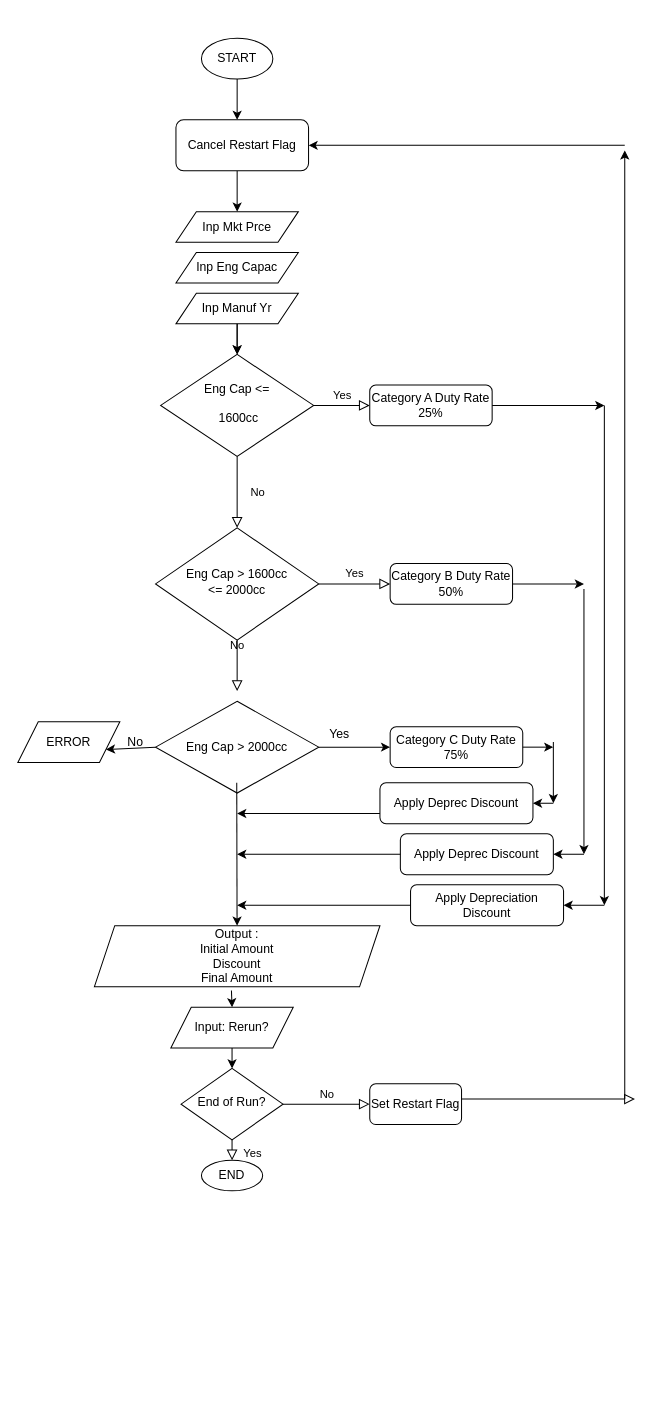
john-itcsolutions/Elastos keeps this draw.io diagram as Untitled Diagram.drawio. Above is the earlier version. Source tidied: cells renumbered, new cells numbered last; positions are measured from the earlier drawing's top-left corner, leaving out a move shared by most shapes. Both pictures are drawn from the tidied source at 102%, with x=0, y=0 at pixel (17, 38).
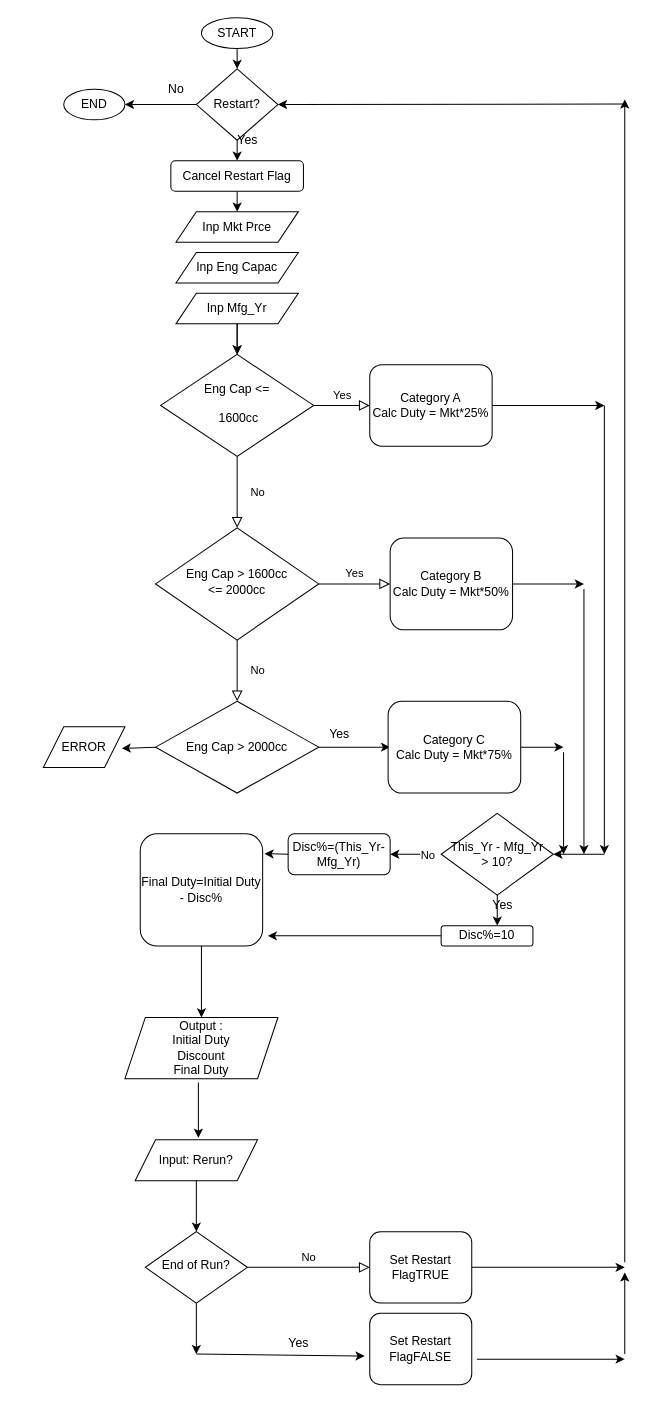
The same page after the edit.

The change refers to these unchanged cells:
```xml
<mxCell id="6" value="&lt;div&gt;Eng Cap &amp;gt; 1600cc&lt;/div&gt;&lt;div&gt;&amp;lt;= 2000cc&lt;br&gt;&lt;/div&gt;" style="rhombus;whiteSpace=wrap;html=1;shadow=0;fontFamily=Helvetica;fontSize=12;align=center;strokeWidth=1;spacing=6;spacingTop=-4;" parent="1" vertex="1">
  <mxGeometry x="135" y="480" width="160" height="110" as="geometry" />
</mxCell>
<mxCell id="10" value="Inp Mkt Prce" style="shape=parallelogram;perimeter=parallelogramPerimeter;whiteSpace=wrap;html=1;fixedSize=1;" parent="1" vertex="1">
  <mxGeometry x="155" y="170" width="120" height="30" as="geometry" />
</mxCell>
<mxCell id="26" value="Eng Cap &amp;gt; 2000cc" style="rhombus;whiteSpace=wrap;html=1;" parent="1" vertex="1">
  <mxGeometry x="135" y="650" width="160" height="90" as="geometry" />
</mxCell>
```

What changed in the source:
```diff
@@
-    <mxCell id="4" value="&lt;div&gt;Category A Duty Rate 25%&lt;/div&gt;" style="rounded=1;whiteSpace=wrap;html=1;fontSize=12;glass=0;strokeWidth=1;shadow=0;" parent="1" vertex="1">
-      <mxGeometry x="345" y="340" width="120" height="40" as="geometry" />
+    <mxCell id="4" value="Category A&lt;br&gt;&lt;div&gt;Calc Duty = Mkt*25%&lt;/div&gt;" style="rounded=1;whiteSpace=wrap;html=1;fontSize=12;glass=0;strokeWidth=1;shadow=0;" parent="1" vertex="1">
+      <mxGeometry x="345" y="320" width="120" height="80" as="geometry" />
     </mxCell>
-    <mxCell id="5" value="No" style="rounded=0;html=1;jettySize=auto;fontSize=11;endArrow=block;endFill=0;endSize=8;strokeWidth=1;shadow=0;labelBackgroundColor=none;edgeStyle=orthogonalEdgeStyle;" parent="1" edge="1" source="6">
-      <mxGeometry y="20" relative="1" as="geometry">
-        <mxPoint x="215" y="640" as="targetPoint" />
-      </mxGeometry>
+    <mxCell id="5" value="No" style="rounded=0;html=1;jettySize=auto;fontSize=11;endArrow=block;endFill=0;endSize=8;strokeWidth=1;shadow=0;labelBackgroundColor=none;edgeStyle=orthogonalEdgeStyle;entryX=0.5;entryY=0;entryDx=0;entryDy=0;" parent="1" edge="1" source="6" target="26">
+      <mxGeometry y="20" relative="1" as="geometry" />
     </mxCell>
@@
     <mxCell id="7" value="End of Run?" style="rhombus;whiteSpace=wrap;html=1;shadow=0;fontFamily=Helvetica;fontSize=12;align=center;strokeWidth=1;spacing=6;spacingTop=-4;" parent="1" vertex="1">
-      <mxGeometry x="160" y="1010" width="100" height="70" as="geometry" />
+      <mxGeometry x="125" y="1170" width="100" height="70" as="geometry" />
     </mxCell>
     <mxCell id="8" value="START" style="ellipse;whiteSpace=wrap;html=1;" parent="1" vertex="1">
-      <mxGeometry x="180" width="70" height="40" as="geometry" />
+      <mxGeometry x="180" y="-20" width="70" height="30" as="geometry" />
     </mxCell>
-    <mxCell id="9" value="END" style="ellipse;whiteSpace=wrap;html=1;" parent="1" vertex="1">
-      <mxGeometry x="180" y="1100" width="60" height="30" as="geometry" />
-    </mxCell>
@@
-    <mxCell id="14" style="endArrow=classic;html=1;" parent="1" edge="1">
+    <mxCell id="14" style="endArrow=classic;html=1;entryX=1;entryY=0.5;entryDx=0;entryDy=0;" parent="1" edge="1" target="65">
       <mxGeometry relative="1" as="geometry">
-        <mxPoint x="595" y="105" as="sourcePoint" />
-        <mxPoint x="285" y="105" as="targetPoint" />
+        <mxPoint x="595" y="64.5" as="sourcePoint" />
       </mxGeometry>
     </mxCell>
     <mxCell id="15" style="endArrow=classic;html=1;" parent="1" edge="1">
       <mxGeometry relative="1" as="geometry">
-        <mxPoint x="595" y="1040" as="sourcePoint" />
-        <mxPoint x="595" y="110" as="targetPoint" />
+        <mxPoint x="595" y="1200" as="sourcePoint" />
+        <mxPoint x="595" y="60" as="targetPoint" />
       </mxGeometry>
     </mxCell>
@@
-    <mxCell id="17" value="Yes" style="rounded=0;html=1;jettySize=auto;fontSize=11;endArrow=block;endFill=0;endSize=8;strokeWidth=1;shadow=0;labelBackgroundColor=none;edgeStyle=orthogonalEdgeStyle;exitX=0.5;exitY=1;exitDx=0;exitDy=0;entryX=0.5;entryY=0;entryDx=0;entryDy=0;" parent="1" edge="1" source="7" target="9">
-      <mxGeometry x="0.33" y="20" relative="1" as="geometry" />
-    </mxCell>
-    <mxCell id="18" value="Inp Manuf Yr" style="shape=parallelogram;perimeter=parallelogramPerimeter;whiteSpace=wrap;html=1;fixedSize=1;" parent="1" vertex="1">
+    <mxCell id="18" value="Inp Mfg_Yr" style="shape=parallelogram;perimeter=parallelogramPerimeter;whiteSpace=wrap;html=1;fixedSize=1;" parent="1" vertex="1">
       <mxGeometry x="155" y="250" width="120" height="30" as="geometry" />
     </mxCell>
-    <mxCell id="19" value="Set Restart Flag" style="rounded=1;whiteSpace=wrap;html=1;" parent="1" vertex="1">
-      <mxGeometry x="345" y="1025" width="90" height="40" as="geometry" />
+    <mxCell id="19" value="&lt;div&gt;Set Restart FlagTRUE&lt;/div&gt;" style="rounded=1;whiteSpace=wrap;html=1;" parent="1" vertex="1">
+      <mxGeometry x="345" y="1170" width="100" height="70" as="geometry" />
     </mxCell>
-    <mxCell id="20" style="edgeStyle=orthogonalEdgeStyle;rounded=0;html=1;jettySize=auto;orthogonalLoop=1;fontSize=11;endArrow=block;endFill=0;endSize=8;strokeWidth=1;shadow=0;labelBackgroundColor=none;" parent="1" edge="1">
-      <mxGeometry y="10" relative="1" as="geometry">
-        <mxPoint x="435" y="1040" as="sourcePoint" />
-        <mxPoint x="605" y="1040" as="targetPoint" />
-        <Array as="points">
-          <mxPoint x="515" y="1040" />
-          <mxPoint x="515" y="1040" />
-        </Array>
-      </mxGeometry>
-    </mxCell>
-    <mxCell id="21" style="endArrow=classic;html=1;exitX=0.5;exitY=1;exitDx=0;exitDy=0;entryX=0.5;entryY=0;entryDx=0;entryDy=0;" parent="1" edge="1" source="8">
+    <mxCell id="21" style="endArrow=classic;html=1;exitX=0.5;exitY=1;exitDx=0;exitDy=0;entryX=0.5;entryY=0;entryDx=0;entryDy=0;" parent="1" edge="1" source="65">
       <mxGeometry relative="1" as="geometry">
         <mxPoint x="215" y="80" as="targetPoint" />
       </mxGeometry>
     </mxCell>
@@
-    <mxCell id="24" value="&lt;div&gt;Category B Duty Rate 50%&lt;/div&gt;" style="rounded=1;whiteSpace=wrap;html=1;fontSize=12;glass=0;strokeWidth=1;shadow=0;" parent="1" vertex="1">
-      <mxGeometry x="365" y="515" width="120" height="40" as="geometry" />
+    <mxCell id="24" value="Category B&lt;br&gt;&lt;div&gt;Calc Duty = Mkt*50%&lt;/div&gt;" style="rounded=1;whiteSpace=wrap;html=1;fontSize=12;glass=0;strokeWidth=1;shadow=0;" parent="1" vertex="1">
+      <mxGeometry x="365" y="490" width="120" height="90" as="geometry" />
     </mxCell>
-    <mxCell id="25" style="endArrow=classic;html=1;entryX=0.5;entryY=0;entryDx=0;entryDy=0;" parent="1" edge="1" target="10">
-      <mxGeometry relative="1" as="geometry">
-        <mxPoint x="215" y="130" as="sourcePoint" />
-      </mxGeometry>
+    <mxCell id="25" style="endArrow=classic;html=1;entryX=0.5;entryY=0;entryDx=0;entryDy=0;" parent="1" edge="1" source="53" target="10">
+      <mxGeometry relative="1" as="geometry" />
     </mxCell>
@@
-    <mxCell id="28" value="&lt;div&gt;Category C Duty Rate&lt;/div&gt;&lt;div&gt;75%&lt;br&gt;&lt;/div&gt;" style="rounded=1;whiteSpace=wrap;html=1;" parent="1" vertex="1">
-      <mxGeometry x="365" y="675" width="130" height="40" as="geometry" />
+    <mxCell id="28" value="Category C&lt;br&gt;&lt;div&gt;Calc Duty = Mkt*75%&lt;/div&gt;" style="rounded=1;whiteSpace=wrap;html=1;" parent="1" vertex="1">
+      <mxGeometry x="363" y="650" width="130" height="90" as="geometry" />
     </mxCell>
     <mxCell id="29" style="endArrow=classic;html=1;" parent="1" edge="1">
       <mxGeometry relative="1" as="geometry">
         <mxPoint x="575" y="360" as="sourcePoint" />
-        <mxPoint x="575" y="850" as="targetPoint" />
+        <mxPoint x="575" y="800" as="targetPoint" />
       </mxGeometry>
     </mxCell>
@@
     <mxCell id="33" style="endArrow=classic;html=1;" parent="1" edge="1">
       <mxGeometry relative="1" as="geometry">
-        <mxPoint x="525" y="690" as="sourcePoint" />
-        <mxPoint x="525" y="750" as="targetPoint" />
+        <mxPoint x="535" y="700" as="sourcePoint" />
+        <mxPoint x="535" y="800" as="targetPoint" />
       </mxGeometry>
     </mxCell>
     <mxCell id="34" style="endArrow=classic;html=1;exitX=1;exitY=0.5;exitDx=0;exitDy=0;" parent="1" edge="1" source="28">
       <mxGeometry relative="1" as="geometry">
-        <mxPoint x="525" y="695" as="targetPoint" />
+        <mxPoint x="535" y="695" as="targetPoint" />
       </mxGeometry>
     </mxCell>
-    <mxCell id="35" style="endArrow=classic;html=1;exitX=0;exitY=0.5;exitDx=0;exitDy=0;entryX=1;entryY=0.75;entryDx=0;entryDy=0;" parent="1" edge="1" source="26" target="38">
-      <mxGeometry relative="1" as="geometry" />
+    <mxCell id="35" style="endArrow=classic;html=1;exitX=0;exitY=0.5;exitDx=0;exitDy=0;entryX=0.061;entryY=0.808;entryDx=0;entryDy=0;entryPerimeter=0;" parent="1" edge="1" source="26">
+      <mxGeometry relative="1" as="geometry">
+        <mxPoint x="101.8" y="696.2" as="targetPoint" />
+      </mxGeometry>
     </mxCell>
@@
-    <mxCell id="37" value="No" style="text;html=1;align=center;verticalAlign=middle;" parent="1" vertex="1">
-      <mxGeometry x="100" y="680" width="30" height="20" as="geometry" />
-    </mxCell>
     <mxCell id="38" value="ERROR" style="shape=parallelogram;perimeter=parallelogramPerimeter;whiteSpace=wrap;html=1;fixedSize=1;" parent="1" vertex="1">
-      <mxGeometry y="670" width="100" height="40" as="geometry" />
+      <mxGeometry x="25" y="675" width="80" height="40" as="geometry" />
     </mxCell>
-    <mxCell id="39" value="Apply Deprec Discount" style="rounded=1;whiteSpace=wrap;html=1;" parent="1" vertex="1">
-      <mxGeometry x="355" y="730" width="150" height="40" as="geometry" />
-    </mxCell>
-    <mxCell id="40" style="endArrow=classic;html=1;entryX=1;entryY=0.5;entryDx=0;entryDy=0;" parent="1" edge="1" target="39">
-      <mxGeometry relative="1" as="geometry">
-        <mxPoint x="525" y="750" as="sourcePoint" />
-      </mxGeometry>
-    </mxCell>
-    <mxCell id="41" value="Apply Deprec Discount" style="rounded=1;whiteSpace=wrap;html=1;" parent="1" vertex="1">
-      <mxGeometry x="375" y="780" width="150" height="40" as="geometry" />
-    </mxCell>
     <mxCell id="42" style="endArrow=classic;html=1;" parent="1" edge="1">
       <mxGeometry relative="1" as="geometry">
-        <mxPoint x="555" y="800" as="sourcePoint" />
+        <mxPoint x="575" y="800" as="sourcePoint" />
         <mxPoint x="525" y="800" as="targetPoint" />
       </mxGeometry>
     </mxCell>
-    <mxCell id="43" value="Apply Depreciation Discount" style="rounded=1;whiteSpace=wrap;html=1;" parent="1" vertex="1">
-      <mxGeometry x="385" y="830" width="150" height="40" as="geometry" />
-    </mxCell>
-    <mxCell id="44" style="endArrow=classic;html=1;entryX=1;entryY=0.5;entryDx=0;entryDy=0;" parent="1" edge="1" target="43">
-      <mxGeometry relative="1" as="geometry">
-        <mxPoint x="575" y="850" as="sourcePoint" />
-      </mxGeometry>
-    </mxCell>
-    <mxCell id="45" style="endArrow=classic;html=1;exitX=0;exitY=0.75;exitDx=0;exitDy=0;" parent="1" edge="1" source="39">
-      <mxGeometry relative="1" as="geometry">
-        <mxPoint x="215" y="760" as="targetPoint" />
-      </mxGeometry>
-    </mxCell>
-    <mxCell id="46" style="endArrow=classic;html=1;exitX=0;exitY=0.5;exitDx=0;exitDy=0;" parent="1" edge="1" source="41">
+    <mxCell id="46" style="endArrow=classic;html=1;" parent="1" edge="1" target="57">
       <mxGeometry relative="1" as="geometry">
-        <mxPoint x="215" y="800" as="targetPoint" />
+        <mxPoint x="405" y="800" as="sourcePoint" />
       </mxGeometry>
     </mxCell>
-    <mxCell id="47" style="endArrow=classic;html=1;exitX=0;exitY=0.5;exitDx=0;exitDy=0;" parent="1" edge="1" source="43">
-      <mxGeometry relative="1" as="geometry">
-        <mxPoint x="215" y="850" as="targetPoint" />
-      </mxGeometry>
-    </mxCell>
+    <mxCell id="54" value="&lt;div&gt;No&lt;/div&gt;" style="edgeLabel;html=1;align=center;verticalAlign=middle;" parent="46" vertex="1">
+      <mxGeometry x="-0.78" y="-1" relative="1" as="geometry">
+        <mxPoint y="1" as="offset" />
+      </mxGeometry>
+    </mxCell>
-    <mxCell id="48" style="endArrow=classic;html=1;" parent="1" edge="1" target="49">
-      <mxGeometry relative="1" as="geometry">
-        <mxPoint x="214.6" y="730" as="sourcePoint" />
-      </mxGeometry>
+    <mxCell id="48" style="endArrow=classic;html=1;exitX=0.5;exitY=1;exitDx=0;exitDy=0;" parent="1" edge="1" source="59" target="49">
+      <mxGeometry relative="1" as="geometry" />
     </mxCell>
-    <mxCell id="49" value="&lt;div&gt;Output :&lt;/div&gt;&lt;div&gt;Initial Amount&lt;/div&gt;&lt;div&gt;Discount&lt;/div&gt;&lt;div&gt;Final Amount&lt;br&gt;&lt;/div&gt;" style="shape=parallelogram;perimeter=parallelogramPerimeter;whiteSpace=wrap;html=1;fixedSize=1;" parent="1" vertex="1">
-      <mxGeometry x="75" y="870" width="280" height="60" as="geometry" />
+    <mxCell id="49" value="&lt;div&gt;Output :&lt;/div&gt;&lt;div&gt;Initial Duty&lt;br&gt;&lt;/div&gt;&lt;div&gt;Discount&lt;/div&gt;&lt;div&gt;Final Duty&lt;br&gt;&lt;/div&gt;" style="shape=parallelogram;perimeter=parallelogramPerimeter;whiteSpace=wrap;html=1;fixedSize=1;" parent="1" vertex="1">
+      <mxGeometry x="105" y="960" width="150" height="60" as="geometry" />
     </mxCell>
     <mxCell id="50" value="Input: Rerun?" style="shape=parallelogram;perimeter=parallelogramPerimeter;whiteSpace=wrap;html=1;fixedSize=1;" parent="1" vertex="1">
-      <mxGeometry x="150" y="950" width="120" height="40" as="geometry" />
+      <mxGeometry x="115" y="1080" width="120" height="40" as="geometry" />
     </mxCell>
@@
-    <mxCell id="52" style="endArrow=classic;html=1;exitX=0.48;exitY=1.061;exitDx=0;exitDy=0;exitPerimeter=0;entryX=0.5;entryY=0;entryDx=0;entryDy=0;" parent="1" edge="1" source="49" target="50">
-      <mxGeometry relative="1" as="geometry" />
+    <mxCell id="52" style="endArrow=classic;html=1;exitX=0.48;exitY=1.061;exitDx=0;exitDy=0;exitPerimeter=0;" parent="1" edge="1" source="49">
+      <mxGeometry relative="1" as="geometry">
+        <mxPoint x="177" y="1078" as="targetPoint" />
+      </mxGeometry>
     </mxCell>
+    <mxCell id="55" value="&lt;div&gt;This_Yr - Mfg_Yr&lt;/div&gt;&lt;div&gt;&amp;gt; 10?&lt;br&gt;&lt;/div&gt;" style="rhombus;whiteSpace=wrap;html=1;" parent="1" vertex="1">
+      <mxGeometry x="415" y="760" width="110" height="80" as="geometry" />
+    </mxCell>
+    <mxCell id="56" style="endArrow=classic;html=1;exitX=0.5;exitY=1;exitDx=0;exitDy=0;" parent="1" edge="1" source="55">
+      <mxGeometry relative="1" as="geometry">
+        <mxPoint x="470" y="870" as="targetPoint" />
+      </mxGeometry>
+    </mxCell>
+    <mxCell id="57" value="Disc%=(This_Yr-Mfg_Yr)" style="rounded=1;whiteSpace=wrap;html=1;" parent="1" vertex="1">
+      <mxGeometry x="265" y="780" width="100" height="40" as="geometry" />
+    </mxCell>
+    <mxCell id="58" value="Disc%=10" style="rounded=1;whiteSpace=wrap;html=1;" parent="1" vertex="1">
+      <mxGeometry x="415" y="870" width="90" height="20" as="geometry" />
+    </mxCell>
+    <mxCell id="59" value="Final Duty=Initial Duty - Disc%" style="rounded=1;whiteSpace=wrap;html=1;" parent="1" vertex="1">
+      <mxGeometry x="120" y="780" width="120" height="110" as="geometry" />
+    </mxCell>
+    <mxCell id="60" style="endArrow=classic;html=1;exitX=0;exitY=0.5;exitDx=0;exitDy=0;" parent="1" edge="1" source="58">
+      <mxGeometry relative="1" as="geometry">
+        <mxPoint x="245" y="880" as="targetPoint" />
+      </mxGeometry>
+    </mxCell>
+    <mxCell id="61" style="endArrow=classic;html=1;entryX=1.015;entryY=0.177;entryDx=0;entryDy=0;entryPerimeter=0;exitX=0;exitY=0.5;exitDx=0;exitDy=0;" parent="1" edge="1" source="57" target="59">
+      <mxGeometry relative="1" as="geometry" />
+    </mxCell>
+    <mxCell id="62" value="Yes" style="text;html=1;align=center;verticalAlign=middle;" parent="1" vertex="1">
+      <mxGeometry x="455" y="840" width="40" height="20" as="geometry" />
+    </mxCell>
+    <mxCell id="63" style="endArrow=classic;html=1;exitX=1;exitY=0.5;exitDx=0;exitDy=0;" parent="1" edge="1" source="19">
+      <mxGeometry relative="1" as="geometry">
+        <mxPoint x="595" y="1205" as="targetPoint" />
+      </mxGeometry>
+    </mxCell>
     <mxCell id="53" value="Cancel Restart Flag" style="rounded=1;whiteSpace=wrap;html=1;" parent="1" vertex="1">
-      <mxGeometry x="155" y="80" width="130" height="50" as="geometry" />
+      <mxGeometry x="150" y="120" width="130" height="30" as="geometry" />
     </mxCell>
+    <mxCell id="64" style="endArrow=classic;html=1;entryX=0.5;entryY=0;entryDx=0;entryDy=0;" parent="1" edge="1" source="65" target="53">
+      <mxGeometry relative="1" as="geometry" />
+    </mxCell>
+    <mxCell id="65" value="Restart?" style="rhombus;whiteSpace=wrap;html=1;" parent="1" vertex="1">
+      <mxGeometry x="175" y="30" width="80" height="70" as="geometry" />
+    </mxCell>
+    <mxCell id="66" style="endArrow=classic;html=1;exitX=0.5;exitY=1;exitDx=0;exitDy=0;entryX=0.5;entryY=0;entryDx=0;entryDy=0;" parent="1" edge="1" source="8" target="65">
+      <mxGeometry relative="1" as="geometry" />
+    </mxCell>
+    <mxCell id="67" value="Yes" style="text;html=1;align=center;verticalAlign=middle;" parent="1" vertex="1">
+      <mxGeometry x="205" y="90" width="40" height="20" as="geometry" />
+    </mxCell>
+    <mxCell id="37" value="No" style="text;html=1;align=center;verticalAlign=middle;" parent="1" vertex="1">
+      <mxGeometry x="140" y="40" width="30" height="20" as="geometry" />
+    </mxCell>
+    <mxCell id="68" style="endArrow=classic;html=1;exitX=0;exitY=0.5;exitDx=0;exitDy=0;entryX=1;entryY=0.5;entryDx=0;entryDy=0;" parent="1" edge="1" source="65" target="9">
+      <mxGeometry relative="1" as="geometry" />
+    </mxCell>
+    <mxCell id="69" style="endArrow=classic;html=1;exitX=0.5;exitY=1;exitDx=0;exitDy=0;" parent="1" edge="1" source="7">
+      <mxGeometry relative="1" as="geometry">
+        <mxPoint x="175" y="1290" as="targetPoint" />
+      </mxGeometry>
+    </mxCell>
+    <mxCell id="9" value="END" style="ellipse;whiteSpace=wrap;html=1;" parent="1" vertex="1">
+      <mxGeometry x="45" y="50" width="60" height="30" as="geometry" />
+    </mxCell>
+    <mxCell id="70" style="endArrow=classic;html=1;entryX=-0.05;entryY=0.6;entryDx=0;entryDy=0;entryPerimeter=0;" parent="1" edge="1" target="71">
+      <mxGeometry relative="1" as="geometry">
+        <mxPoint x="175" y="1290" as="sourcePoint" />
+      </mxGeometry>
+    </mxCell>
+    <mxCell id="71" value="&lt;div&gt;Set Restart FlagFALSE&lt;/div&gt;" style="rounded=1;whiteSpace=wrap;html=1;" parent="1" vertex="1">
+      <mxGeometry x="345" y="1250" width="100" height="70" as="geometry" />
+    </mxCell>
+    <mxCell id="72" style="endArrow=classic;html=1;exitX=1.05;exitY=0.643;exitDx=0;exitDy=0;exitPerimeter=0;" parent="1" edge="1" source="71">
+      <mxGeometry relative="1" as="geometry">
+        <mxPoint x="595" y="1295" as="targetPoint" />
+      </mxGeometry>
+    </mxCell>
+    <mxCell id="73" style="endArrow=classic;html=1;" parent="1" edge="1">
+      <mxGeometry relative="1" as="geometry">
+        <mxPoint x="595" y="1290" as="sourcePoint" />
+        <mxPoint x="595" y="1210" as="targetPoint" />
+      </mxGeometry>
+    </mxCell>
+    <mxCell id="74" value="&lt;div&gt;Yes&lt;/div&gt;" style="text;html=1;align=center;verticalAlign=middle;" parent="1" vertex="1">
+      <mxGeometry x="255" y="1270" width="40" height="20" as="geometry" />
+    </mxCell>
```
